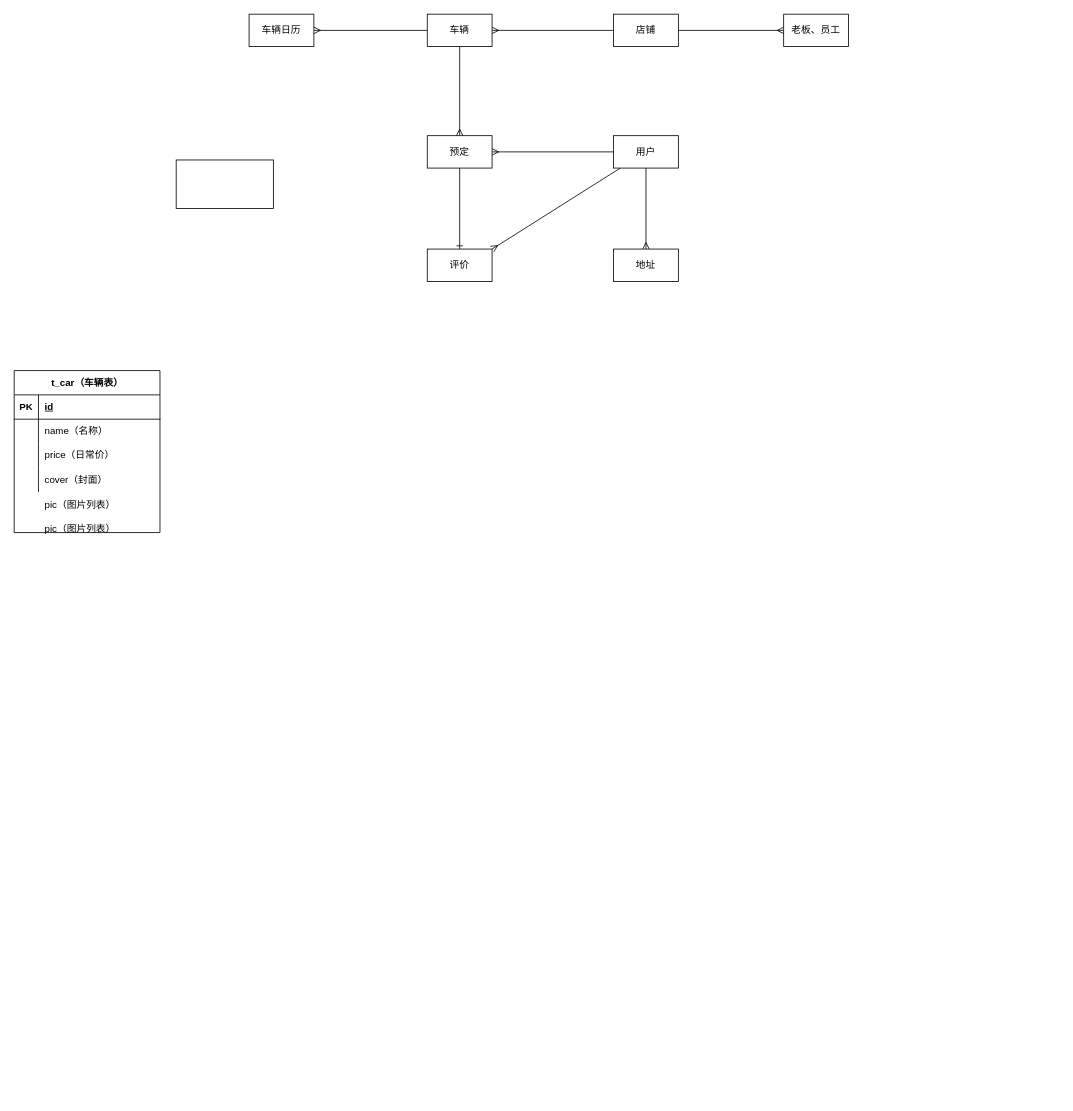
The draw.io diagram 汽车租赁/汽车租赁-数据库设计.drawio in smalldragon1997/draw-file, before the edit. Source tidied: cells renumbered, new cells numbered last; positions are measured from the earlier drawing's top-left corner, leaving out a move shared by most shapes. Both pictures are drawn from the tidied source at 81%, with x=0, y=0 at pixel (14, 14).
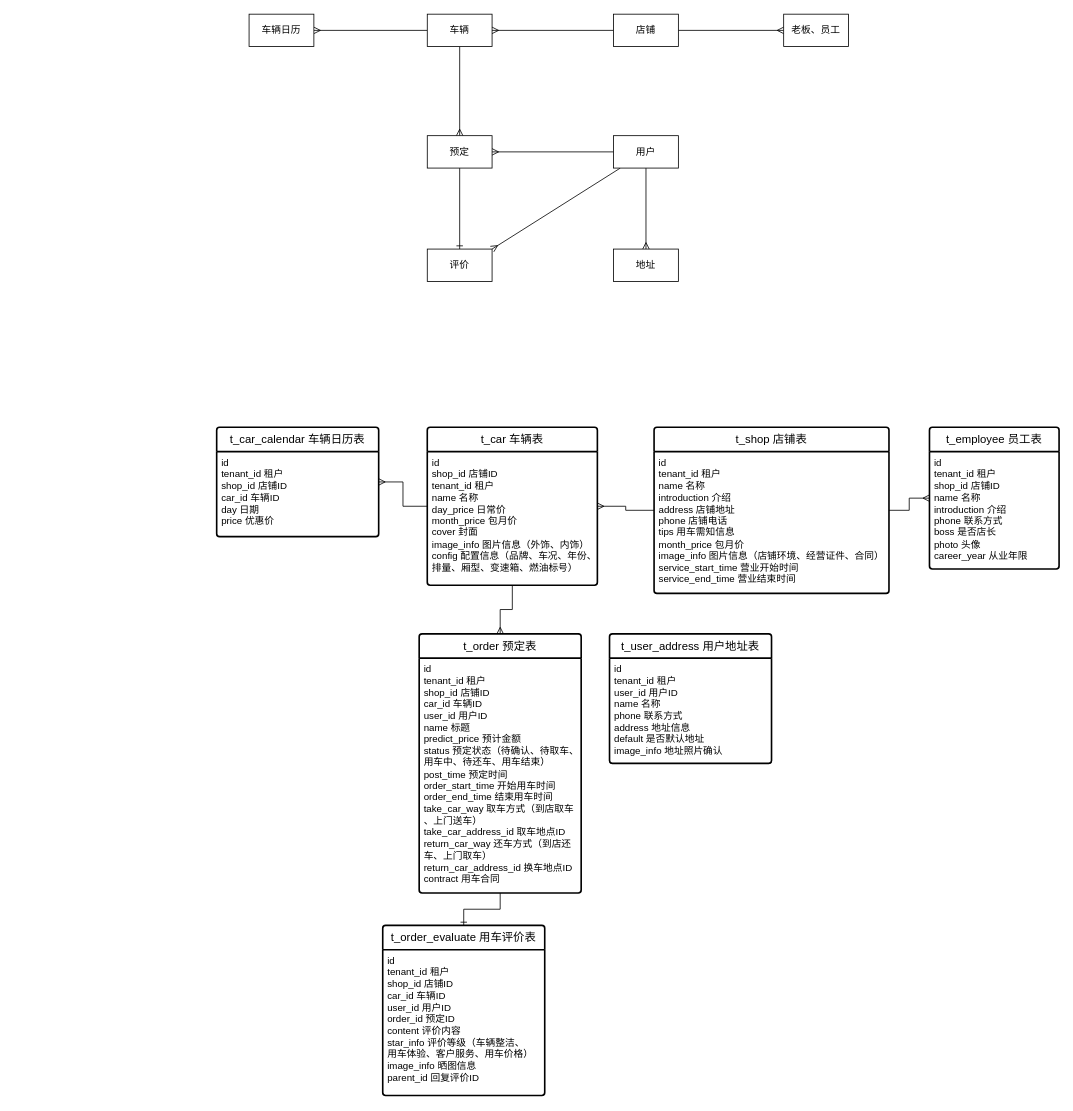
The same diagram, later.

Commit message:
更新汽车租赁-数据库设计.drawio

Change to the diagram source:
```diff
@@
-    <mxCell id="18" value="t_car（车辆表）" style="shape=table;startSize=30;childLayout=tableLayout;rowLines=0;fontStyle=1;align=center;html=1;" parent="1" vertex="1">
-      <mxGeometry y="440" width="180" height="200" as="geometry" />
-    </mxCell>
-    <mxCell id="19" style="shape=tableRow;horizontal=0;startSize=0;swimlaneHead=0;swimlaneBody=0;fillColor=none;top=0;left=0;right=0;bottom=1;" parent="18" vertex="1">
-      <mxGeometry y="30" width="180" height="30" as="geometry" />
-    </mxCell>
-    <mxCell id="20" value="PK" style="shape=partialRectangle;fillColor=none;top=0;left=0;bottom=0;right=0;fontStyle=1;overflow=hidden;whiteSpace=wrap;html=1;" parent="19" vertex="1">
-      <mxGeometry width="30" height="30" as="geometry" />
-    </mxCell>
-    <mxCell id="21" value="id" style="shape=partialRectangle;fillColor=none;top=0;left=0;bottom=0;right=0;align=left;spacingLeft=6;fontStyle=5;overflow=hidden;whiteSpace=wrap;html=1;" parent="19" vertex="1">
-      <mxGeometry x="30" width="150" height="30" as="geometry" />
-    </mxCell>
-    <mxCell id="22" style="shape=tableRow;horizontal=0;startSize=0;swimlaneHead=0;swimlaneBody=0;fillColor=none;top=0;left=0;right=0;bottom=0;" parent="18" vertex="1">
-      <mxGeometry y="60" width="180" height="30" as="geometry" />
-    </mxCell>
-    <mxCell id="23" style="shape=partialRectangle;fillColor=none;top=0;left=0;bottom=0;right=0;overflow=hidden;whiteSpace=wrap;html=1;" parent="22" vertex="1">
-      <mxGeometry width="30" height="30" as="geometry" />
-    </mxCell>
-    <mxCell id="24" value="name（名称）" style="shape=partialRectangle;fillColor=none;top=0;left=0;bottom=0;right=0;align=left;spacingLeft=6;overflow=hidden;whiteSpace=wrap;html=1;" parent="22" vertex="1">
-      <mxGeometry x="30" width="150" height="30" as="geometry" />
-    </mxCell>
-    <mxCell id="25" style="shape=tableRow;horizontal=0;startSize=0;swimlaneHead=0;swimlaneBody=0;fillColor=none;top=0;left=0;right=0;bottom=0;" parent="18" vertex="1">
-      <mxGeometry y="90" width="180" height="30" as="geometry" />
-    </mxCell>
-    <mxCell id="26" style="shape=partialRectangle;fillColor=none;top=0;left=0;bottom=0;right=0;overflow=hidden;whiteSpace=wrap;html=1;" parent="25" vertex="1">
-      <mxGeometry width="30" height="30" as="geometry" />
-    </mxCell>
-    <mxCell id="27" value="price（日常价）" style="shape=partialRectangle;fillColor=none;top=0;left=0;bottom=0;right=0;align=left;spacingLeft=6;overflow=hidden;whiteSpace=wrap;html=1;" parent="25" vertex="1">
-      <mxGeometry x="30" width="150" height="30" as="geometry" />
-    </mxCell>
-    <mxCell id="28" style="shape=tableRow;horizontal=0;startSize=0;swimlaneHead=0;swimlaneBody=0;fillColor=none;top=0;left=0;right=0;bottom=0;" parent="18" vertex="1">
-      <mxGeometry y="120" width="180" height="30" as="geometry" />
-    </mxCell>
-    <mxCell id="29" style="shape=partialRectangle;fillColor=none;top=0;left=0;bottom=0;right=0;overflow=hidden;whiteSpace=wrap;html=1;" parent="28" vertex="1">
-      <mxGeometry width="30" height="30" as="geometry" />
-    </mxCell>
-    <mxCell id="30" value="cover（封面）" style="shape=partialRectangle;fillColor=none;top=0;left=0;bottom=0;right=0;align=left;spacingLeft=6;overflow=hidden;whiteSpace=wrap;html=1;" parent="28" vertex="1">
-      <mxGeometry x="30" width="150" height="30" as="geometry" />
-    </mxCell>
-    <mxCell id="31" style="shape=table;startSize=0;childLayout=tableLayout;rowLines=0;fontStyle=0;align=center;strokeColor=none;fillColor=none;whiteSpace=wrap;html=1;" parent="1" vertex="1">
-      <mxGeometry y="590" width="180" height="30" as="geometry" />
-    </mxCell>
-    <mxCell id="32" style="shape=tableRow;horizontal=0;startSize=0;swimlaneHead=0;swimlaneBody=0;fillColor=none;top=0;left=0;right=0;bottom=0;" parent="31" vertex="1">
-      <mxGeometry width="180" height="30" as="geometry" />
-    </mxCell>
-    <mxCell id="33" style="shape=partialRectangle;fillColor=none;top=0;left=0;bottom=0;right=0;overflow=hidden;" parent="32" vertex="1">
-      <mxGeometry width="30" height="30" as="geometry" />
-    </mxCell>
-    <mxCell id="34" value="pic（图片列表）" style="shape=partialRectangle;fillColor=none;top=0;left=0;bottom=0;right=0;align=left;spacingLeft=6;overflow=hidden;" parent="32" vertex="1">
-      <mxGeometry x="30" width="150" height="30" as="geometry" />
-    </mxCell>
-    <mxCell id="35" style="shape=table;startSize=0;childLayout=tableLayout;rowLines=0;fontStyle=0;align=center;strokeColor=none;fillColor=none;whiteSpace=wrap;html=1;" parent="1" vertex="1">
-      <mxGeometry y="620" width="180" height="30" as="geometry" />
-    </mxCell>
-    <mxCell id="36" style="shape=tableRow;horizontal=0;startSize=0;swimlaneHead=0;swimlaneBody=0;fillColor=none;top=0;left=0;right=0;bottom=0;" parent="35" vertex="1">
-      <mxGeometry width="180" height="30" as="geometry" />
-    </mxCell>
-    <mxCell id="37" style="shape=partialRectangle;fillColor=none;top=0;left=0;bottom=0;right=0;overflow=hidden;" parent="36" vertex="1">
-      <mxGeometry width="30" height="30" as="geometry" />
-    </mxCell>
-    <mxCell id="38" value="pic（图片列表）" style="shape=partialRectangle;fillColor=none;top=0;left=0;bottom=0;right=0;align=left;spacingLeft=6;overflow=hidden;" parent="36" vertex="1">
-      <mxGeometry x="30" width="150" height="30" as="geometry" />
-    </mxCell>
-    <mxCell id="39" style="rounded=0;whiteSpace=wrap;html=1;" parent="1" vertex="1">
-      <mxGeometry x="200" y="180" width="120" height="60" as="geometry" />
-    </mxCell>
+    <mxCell id="40" style="edgeStyle=orthogonalEdgeStyle;rounded=0;jettySize=auto;html=1;entryX=1;entryY=0.5;entryDx=0;entryDy=0;endArrow=ERmany;endFill=0;" parent="1" edge="1" source="42" target="50">
+      <mxGeometry relative="1" as="geometry" />
+    </mxCell>
+    <mxCell id="41" style="edgeStyle=orthogonalEdgeStyle;rounded=0;jettySize=auto;html=1;entryX=0.5;entryY=0;entryDx=0;entryDy=0;endArrow=ERmany;endFill=0;" parent="1" edge="1" source="42" target="53">
+      <mxGeometry relative="1" as="geometry" />
+    </mxCell>
+    <mxCell id="42" value="t_car 车辆表" style="swimlane;horizontal=1;startSize=30;rounded=1;fontSize=14;fontStyle=0;strokeWidth=2;shadow=0;dashed=0;align=center;arcSize=4;whiteSpace=wrap;html=1;" parent="1" vertex="1">
+      <mxGeometry x="510" y="510" width="210" height="195" as="geometry" />
+    </mxCell>
+    <mxCell id="43" value="&lt;div style=&quot;padding-top: 0px;&quot;&gt;&lt;span style=&quot;background-color: transparent; color: light-dark(rgb(0, 0, 0), rgb(255, 255, 255));&quot;&gt;id&amp;nbsp;&lt;/span&gt;&lt;/div&gt;&lt;div&gt;shop_id 店铺ID&lt;/div&gt;&lt;div&gt;tenant_id 租户&lt;/div&gt;name 名称&lt;br&gt;day_price 日常价&lt;div&gt;month_price 包月价&lt;br&gt;&lt;div&gt;cover 封面&lt;/div&gt;&lt;div&gt;image_info 图片信息（外饰、内饰）&lt;/div&gt;&lt;div&gt;config 配置信息（品牌、车况、年份、&lt;/div&gt;&lt;div&gt;排量、&lt;span style=&quot;background-color: transparent; color: light-dark(rgb(0, 0, 0), rgb(255, 255, 255));&quot;&gt;厢型、变速箱、燃油标号）&lt;/span&gt;&lt;/div&gt;&lt;/div&gt;" style="align=left;strokeColor=none;fillColor=none;spacingLeft=4;fontSize=12;verticalAlign=top;html=1;" parent="42" vertex="1">
+      <mxGeometry y="30" width="210" height="165" as="geometry" />
+    </mxCell>
+    <mxCell id="44" style="edgeStyle=orthogonalEdgeStyle;rounded=0;jettySize=auto;html=1;entryX=1;entryY=0.5;entryDx=0;entryDy=0;endArrow=ERmany;endFill=0;" parent="1" edge="1" source="46" target="42">
+      <mxGeometry relative="1" as="geometry" />
+    </mxCell>
+    <mxCell id="45" style="edgeStyle=orthogonalEdgeStyle;rounded=0;jettySize=auto;html=1;entryX=0;entryY=0.5;entryDx=0;entryDy=0;endArrow=ERmany;endFill=0;" parent="1" edge="1" source="46" target="48">
+      <mxGeometry relative="1" as="geometry" />
+    </mxCell>
+    <mxCell id="46" value="t_shop 店铺表" style="swimlane;horizontal=1;startSize=30;rounded=1;fontSize=14;fontStyle=0;strokeWidth=2;shadow=0;dashed=0;align=center;arcSize=4;whiteSpace=wrap;html=1;" parent="1" vertex="1">
+      <mxGeometry x="790" y="510" width="290" height="205" as="geometry" />
+    </mxCell>
+    <mxCell id="47" value="&lt;div style=&quot;padding-top: 0px;&quot;&gt;&lt;span style=&quot;background-color: transparent; color: light-dark(rgb(0, 0, 0), rgb(255, 255, 255));&quot;&gt;id&amp;nbsp;&lt;/span&gt;&lt;/div&gt;&lt;div&gt;tenant_id 租户&lt;/div&gt;name 名称&lt;div&gt;introduction 介绍&amp;nbsp;&lt;br&gt;address 店铺地址&lt;/div&gt;&lt;div&gt;phone 店铺电话&lt;/div&gt;&lt;div&gt;tips 用车需知信息&lt;br&gt;&lt;div&gt;month_price 包月价&lt;div&gt;image_info 图片信息（店铺环境、经营证件、合同）&lt;/div&gt;&lt;div&gt;service_start_time 营业开始时间&lt;/div&gt;&lt;/div&gt;&lt;div&gt;service_end_time 营业结束时间&lt;/div&gt;&lt;div&gt;&lt;br&gt;&lt;/div&gt;&lt;div&gt;&lt;br&gt;&lt;/div&gt;&lt;/div&gt;" style="align=left;strokeColor=none;fillColor=none;spacingLeft=4;fontSize=12;verticalAlign=top;html=1;" parent="46" vertex="1">
+      <mxGeometry y="30" width="290" height="175" as="geometry" />
+    </mxCell>
+    <mxCell id="48" value="t_employee 员工表" style="swimlane;horizontal=1;startSize=30;rounded=1;fontSize=14;fontStyle=0;strokeWidth=2;shadow=0;dashed=0;align=center;arcSize=4;whiteSpace=wrap;html=1;" parent="1" vertex="1">
+      <mxGeometry x="1130" y="510" width="160" height="175" as="geometry" />
+    </mxCell>
+    <mxCell id="49" value="&lt;div style=&quot;padding-top: 0px;&quot;&gt;&lt;span style=&quot;background-color: transparent; color: light-dark(rgb(0, 0, 0), rgb(255, 255, 255));&quot;&gt;id&amp;nbsp;&lt;/span&gt;&lt;/div&gt;&lt;div&gt;tenant_id 租户&lt;/div&gt;&lt;div&gt;shop_id 店铺ID&lt;/div&gt;name 名称&lt;br class=&quot;Apple-interchange-newline&quot;&gt;introduction 介绍&lt;div&gt;phone 联系方式&lt;br&gt;&lt;div&gt;boss 是否店长&lt;/div&gt;&lt;div&gt;photo 头像&lt;br&gt;&lt;div&gt;career_year 从业年限&lt;/div&gt;&lt;/div&gt;&lt;div&gt;&lt;br&gt;&lt;/div&gt;&lt;div&gt;&lt;br&gt;&lt;/div&gt;&lt;/div&gt;" style="align=left;strokeColor=none;fillColor=none;spacingLeft=4;fontSize=12;verticalAlign=top;html=1;" parent="48" vertex="1">
+      <mxGeometry y="30" width="160" height="145" as="geometry" />
+    </mxCell>
+    <mxCell id="50" value="t_car_calendar 车辆日历表" style="swimlane;horizontal=1;startSize=30;rounded=1;fontSize=14;fontStyle=0;strokeWidth=2;shadow=0;dashed=0;align=center;arcSize=4;whiteSpace=wrap;html=1;" parent="1" vertex="1">
+      <mxGeometry x="250" y="510" width="200" height="135" as="geometry" />
+    </mxCell>
+    <mxCell id="51" value="&lt;div style=&quot;padding-top: 0px;&quot;&gt;&lt;span style=&quot;background-color: transparent; color: light-dark(rgb(0, 0, 0), rgb(255, 255, 255));&quot;&gt;id&amp;nbsp;&lt;/span&gt;&lt;/div&gt;&lt;div&gt;tenant_id 租户&lt;/div&gt;shop_id 店铺ID&lt;br class=&quot;Apple-interchange-newline&quot;&gt;car_id 车辆ID&lt;div&gt;day 日期&lt;br&gt;price 优惠价&lt;/div&gt;" style="align=left;strokeColor=none;fillColor=none;spacingLeft=4;fontSize=12;verticalAlign=top;html=1;" parent="50" vertex="1">
+      <mxGeometry y="30" width="200" height="105" as="geometry" />
+    </mxCell>
+    <mxCell id="52" style="edgeStyle=orthogonalEdgeStyle;rounded=0;jettySize=auto;html=1;endArrow=ERone;endFill=0;" parent="1" edge="1" source="53" target="55">
+      <mxGeometry relative="1" as="geometry" />
+    </mxCell>
+    <mxCell id="53" value="t_order 预定表" style="swimlane;horizontal=1;startSize=30;rounded=1;fontSize=14;fontStyle=0;strokeWidth=2;shadow=0;dashed=0;align=center;arcSize=4;whiteSpace=wrap;html=1;" parent="1" vertex="1">
+      <mxGeometry x="500" y="765" width="200" height="320" as="geometry" />
+    </mxCell>
+    <mxCell id="54" value="&lt;div style=&quot;padding-top: 0px;&quot;&gt;&lt;span style=&quot;background-color: transparent; color: light-dark(rgb(0, 0, 0), rgb(255, 255, 255));&quot;&gt;id&amp;nbsp;&lt;/span&gt;&lt;/div&gt;tenant_id 租户&lt;div&gt;shop_id 店铺ID&lt;/div&gt;&lt;div&gt;car_id 车辆ID&lt;/div&gt;&lt;div&gt;user_id 用户ID&amp;nbsp;&lt;/div&gt;name 标题&lt;div&gt;predict_price 预计金额&amp;nbsp;&lt;br&gt;&lt;div&gt;status 预定状态（待确认、待取车、&lt;/div&gt;&lt;div&gt;用车中、待还车、用车结束）&lt;/div&gt;&lt;div&gt;post_time 预定时间&lt;/div&gt;&lt;div&gt;order_start_time 开始用车时间&lt;/div&gt;&lt;div&gt;order_end_time 结束用车时间&lt;/div&gt;&lt;div&gt;take_car_way 取车方式（到店取车&lt;/div&gt;&lt;div&gt;、上门送车）&lt;/div&gt;&lt;div&gt;take_car_address_id 取车地点ID&lt;/div&gt;&lt;div&gt;return_car_way 还车方式（到店还&lt;/div&gt;&lt;div&gt;车、上门取车）&lt;/div&gt;&lt;div&gt;return_car_address_id 换车地点ID&lt;/div&gt;&lt;div&gt;contract 用车合同&amp;nbsp;&lt;/div&gt;&lt;div&gt;&lt;br&gt;&lt;/div&gt;&lt;div&gt;&lt;br&gt;&lt;/div&gt;&lt;/div&gt;" style="align=left;strokeColor=none;fillColor=none;spacingLeft=4;fontSize=12;verticalAlign=top;html=1;" parent="53" vertex="1">
+      <mxGeometry y="30" width="200" height="290" as="geometry" />
+    </mxCell>
+    <mxCell id="55" value="t_order_evaluate 用车评价表" style="swimlane;horizontal=1;startSize=30;rounded=1;fontSize=14;fontStyle=0;strokeWidth=2;shadow=0;dashed=0;align=center;arcSize=4;whiteSpace=wrap;html=1;" parent="1" vertex="1">
+      <mxGeometry x="455" y="1125" width="200" height="210" as="geometry" />
+    </mxCell>
+    <mxCell id="56" value="&lt;div style=&quot;padding-top: 0px;&quot;&gt;&lt;span style=&quot;background-color: transparent; color: light-dark(rgb(0, 0, 0), rgb(255, 255, 255));&quot;&gt;id&amp;nbsp;&lt;/span&gt;&lt;/div&gt;tenant_id 租户&lt;div&gt;shop_id 店铺ID&lt;/div&gt;&lt;div&gt;car_id 车辆ID&lt;/div&gt;&lt;div&gt;user_id 用户ID&lt;/div&gt;&lt;div&gt;&lt;span style=&quot;background-color: transparent; color: light-dark(rgb(0, 0, 0), rgb(255, 255, 255));&quot;&gt;order_id 预定ID&lt;/span&gt;&amp;nbsp;&lt;/div&gt;content 评价内容&lt;div&gt;star_info 评价等级（车辆整洁、&lt;/div&gt;&lt;div&gt;用车体验、客户服务、用车价格）&lt;/div&gt;&lt;div&gt;image_info 晒图信息&lt;/div&gt;&lt;div&gt;parent_id 回复评价ID&lt;/div&gt;" style="align=left;strokeColor=none;fillColor=none;spacingLeft=4;fontSize=12;verticalAlign=top;html=1;" parent="55" vertex="1">
+      <mxGeometry y="30" width="200" height="180" as="geometry" />
+    </mxCell>
+    <mxCell id="57" value="t_user_address 用户地址表" style="swimlane;horizontal=1;startSize=30;rounded=1;fontSize=14;fontStyle=0;strokeWidth=2;shadow=0;dashed=0;align=center;arcSize=4;whiteSpace=wrap;html=1;" parent="1" vertex="1">
+      <mxGeometry x="735" y="765" width="200" height="160" as="geometry" />
+    </mxCell>
+    <mxCell id="58" value="&lt;div style=&quot;padding-top: 0px;&quot;&gt;&lt;span style=&quot;background-color: transparent; color: light-dark(rgb(0, 0, 0), rgb(255, 255, 255));&quot;&gt;id&amp;nbsp;&lt;/span&gt;&lt;/div&gt;tenant_id 租户&lt;div&gt;user_id 用户ID&lt;span style=&quot;background-color: transparent; color: light-dark(rgb(0, 0, 0), rgb(255, 255, 255));&quot;&gt;&amp;nbsp;&lt;/span&gt;&lt;/div&gt;name 名称&lt;br&gt;&lt;div&gt;phone 联系方式&lt;/div&gt;&lt;div&gt;address 地址信息&lt;/div&gt;&lt;div&gt;default 是否默认地址&lt;/div&gt;&lt;div&gt;image_info 地址照片确认&lt;/div&gt;" style="align=left;strokeColor=none;fillColor=none;spacingLeft=4;fontSize=12;verticalAlign=top;html=1;" parent="57" vertex="1">
+      <mxGeometry y="30" width="200" height="130" as="geometry" />
+    </mxCell>
```
